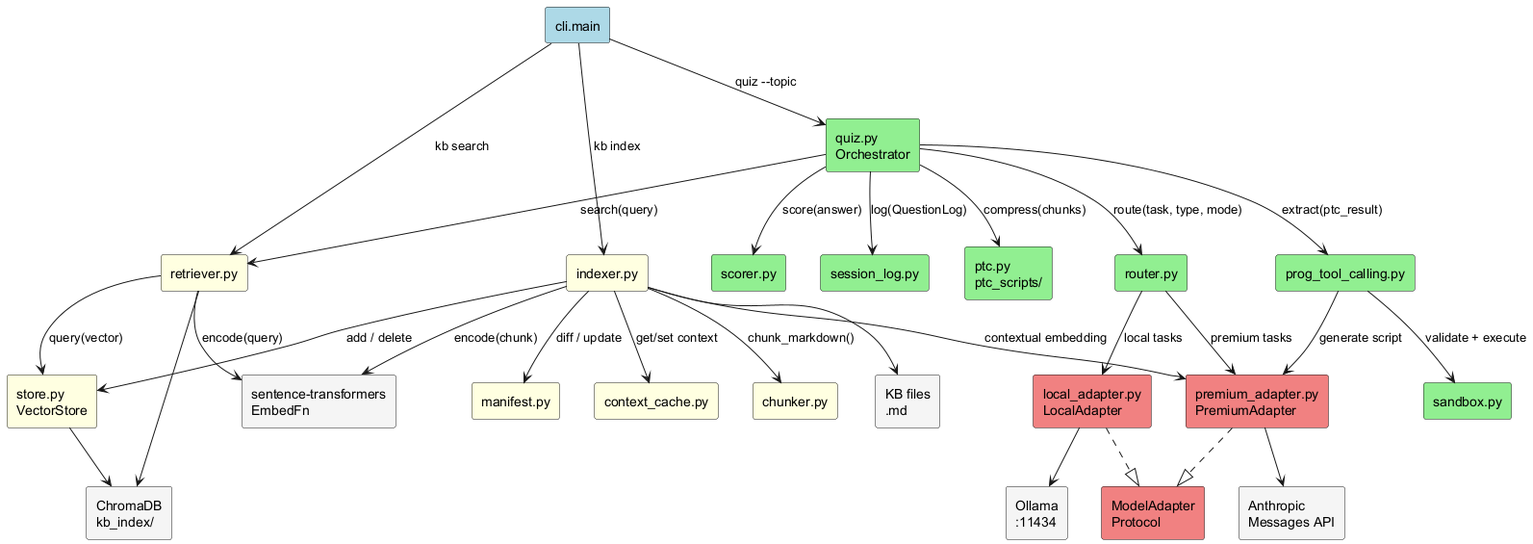
mailtocsprasad/ai-kb-quiz keeps this PlantUML diagram as docs/specs/modules/e2e-00-component-overview.png. Above is the earlier version. Its diagram source:
```plantuml
@startuml e2e-00-component-overview
skinparam componentStyle rectangle
skinparam backgroundColor white

component "cli.main" as CLI #LightBlue

component "quiz.py\nOrchestrator" as QUIZ #LightGreen
component "router.py" as ROUTER #LightGreen
component "scorer.py" as SCORER #LightGreen
component "session_log.py" as LOG #LightGreen
component "ptc.py\nptc_scripts/" as PTC #LightGreen
component "prog_tool_calling.py" as PTC2 #LightGreen
component "sandbox.py" as SANDBOX #LightGreen

component "retriever.py" as RET #LightYellow
component "indexer.py" as IDX #LightYellow
component "store.py\nVectorStore" as STORE #LightYellow
component "manifest.py" as MAN #LightYellow
component "context_cache.py" as CC #LightYellow
component "chunker.py" as CHUNKER #LightYellow

component "ModelAdapter\nProtocol" as PROTO #LightCoral
component "local_adapter.py\nLocalAdapter" as LOCAL #LightCoral
component "premium_adapter.py\nPremiumAdapter" as PREM #LightCoral

component "Ollama\n:11434" as OLLAMA #WhiteSmoke
component "Anthropic\nMessages API" as ANTHROPIC #WhiteSmoke
component "KB files\n.md" as KB #WhiteSmoke
component "ChromaDB\nkb_index/" as CHROMA #WhiteSmoke
component "sentence-transformers\nEmbedFn" as EMBED #WhiteSmoke

CLI --> QUIZ    : quiz --topic
CLI --> IDX     : kb index
CLI --> RET     : kb search

QUIZ --> RET    : search(query)
QUIZ --> PTC    : compress(chunks)
QUIZ --> ROUTER : route(task, type, mode)
QUIZ --> SCORER : score(answer)
QUIZ --> LOG    : log(QuestionLog)
QUIZ --> PTC2   : extract(ptc_result)

ROUTER --> LOCAL : local tasks
ROUTER --> PREM  : premium tasks

PTC2 --> PREM    : generate script
PTC2 --> SANDBOX : validate + execute

RET --> STORE   : query(vector)
RET --> EMBED   : encode(query)

IDX --> CHUNKER : chunk_markdown()
IDX --> CC      : get/set context
IDX --> MAN     : diff / update
IDX --> PREM    : contextual embedding
IDX --> EMBED   : encode(chunk)
IDX --> STORE   : add / delete

LOCAL --> OLLAMA
PREM  --> ANTHROPIC
STORE --> CHROMA
IDX   --> KB
RET   --> CHROMA

LOCAL ..|> PROTO
PREM  ..|> PROTO

@enduml
```
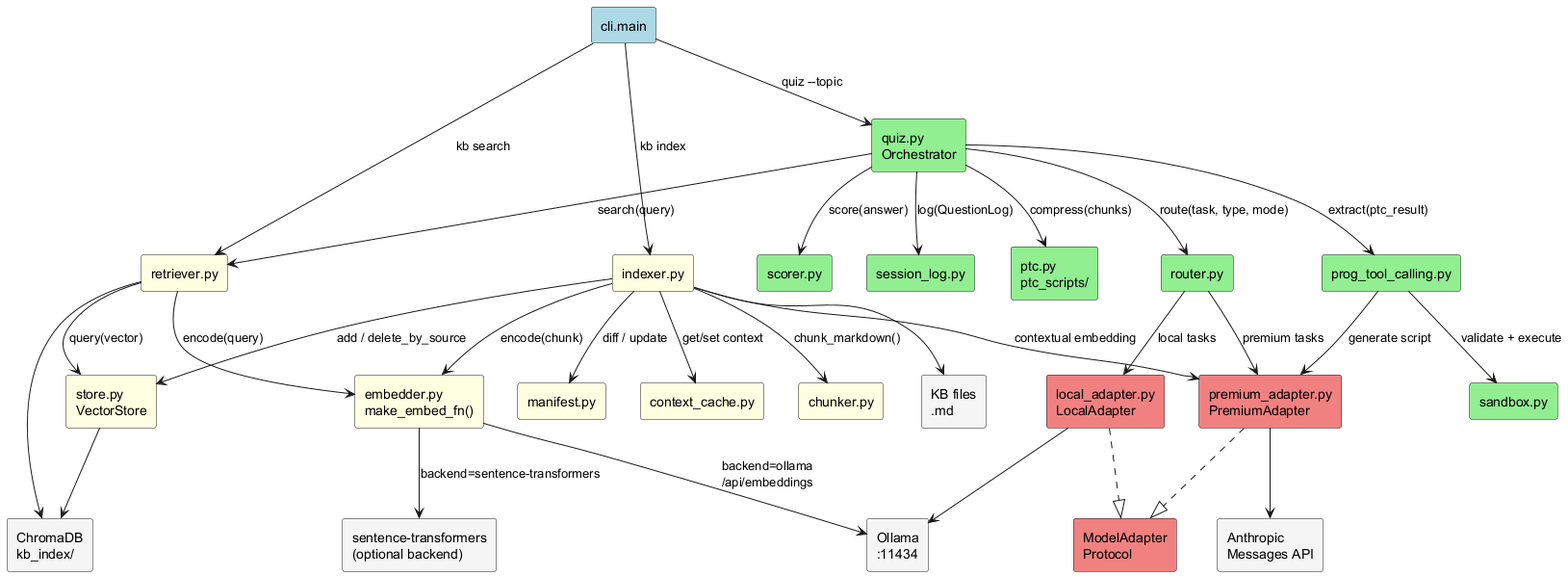
Later version of the same file.

Diff of the diagram source:
```diff
@@ -18,6 +18,7 @@
 component "manifest.py" as MAN #LightYellow
 component "context_cache.py" as CC #LightYellow
 component "chunker.py" as CHUNKER #LightYellow
+component "embedder.py\nmake_embed_fn()" as EMBED #LightYellow
 
 component "ModelAdapter\nProtocol" as PROTO #LightCoral
 component "local_adapter.py\nLocalAdapter" as LOCAL #LightCoral
@@ -27,7 +28,7 @@
 component "Anthropic\nMessages API" as ANTHROPIC #WhiteSmoke
 component "KB files\n.md" as KB #WhiteSmoke
 component "ChromaDB\nkb_index/" as CHROMA #WhiteSmoke
-component "sentence-transformers\nEmbedFn" as EMBED #WhiteSmoke
+component "sentence-transformers\n(optional backend)" as ST #WhiteSmoke
 
 CLI --> QUIZ    : quiz --topic
 CLI --> IDX     : kb index
@@ -54,7 +55,10 @@
 IDX --> MAN     : diff / update
 IDX --> PREM    : contextual embedding
 IDX --> EMBED   : encode(chunk)
-IDX --> STORE   : add / delete
+IDX --> STORE   : add / delete_by_source
+
+EMBED --> OLLAMA : backend=ollama\n/api/embeddings
+EMBED --> ST    : backend=sentence-transformers
 
 LOCAL --> OLLAMA
 PREM  --> ANTHROPIC
```
